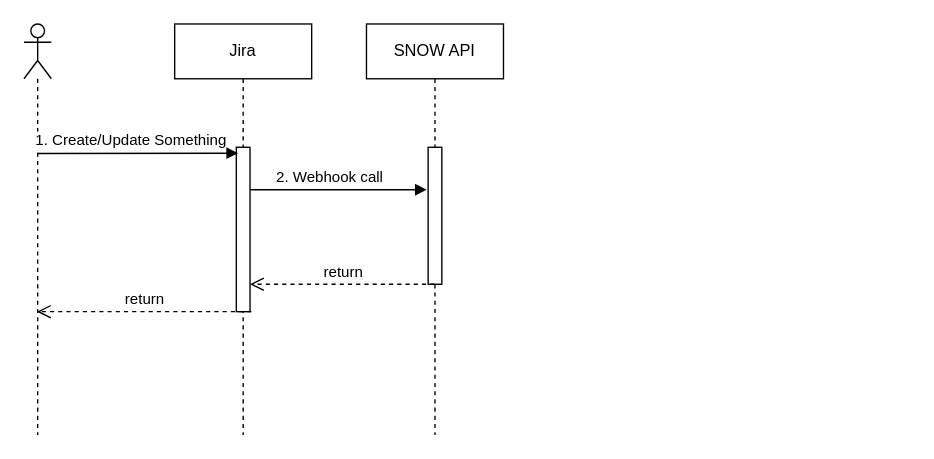
Above: SnowJira.drawio in algimas/tmp (draw.io), before the change. Source tidied: cells renumbered, new cells numbered last; positions are measured from the earlier drawing's top-left corner, leaving out a move shared by most shapes. Both pictures are drawn from the tidied source at 137%, with x=0, y=0 at pixel (23, 23).
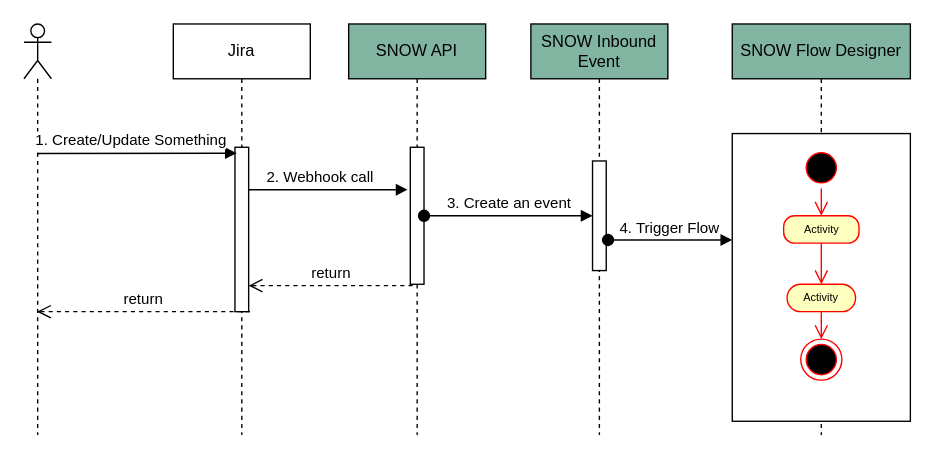
After the change.

The change refers to these unchanged cells:
```xml
<mxCell id="5" style="html=1;points=[];perimeter=orthogonalPerimeter;" parent="4" vertex="1">
  <mxGeometry x="45" y="90" width="10" height="120" as="geometry" />
</mxCell>
<mxCell id="9" style="html=1;points=[];perimeter=orthogonalPerimeter;" parent="8" vertex="1">
  <mxGeometry x="45" y="90" width="10" height="100" as="geometry" />
</mxCell>
```

What changed in the source:
```diff
@@
-    <mxCell id="2" value="2. Webhook call" style="html=1;verticalAlign=bottom;endArrow=block;entryX=-0.1;entryY=0.375;entryDx=0;entryDy=0;entryPerimeter=0;" parent="1" edge="1">
+    <mxCell id="2" value="2. Webhook call" style="html=1;verticalAlign=bottom;endArrow=block;entryX=-0.2;entryY=0.31;entryDx=0;entryDy=0;entryPerimeter=0;" parent="1" edge="1" target="9">
       <mxGeometry x="-0.06" relative="1" as="geometry">
-        <mxPoint x="159.5" y="121" as="sourcePoint" />
-        <mxPoint x="294" y="121" as="targetPoint" />
+        <mxPoint x="158.5" y="121" as="sourcePoint" />
       </mxGeometry>
     </mxCell>
@@
     <mxCell id="4" value="Jira" style="shape=umlLifeline;perimeter=lifelinePerimeter;whiteSpace=wrap;html=1;" parent="1" vertex="1">
-      <mxGeometry x="110" width="100" height="300" as="geometry" />
+      <mxGeometry x="109" width="100" height="300" as="geometry" />
     </mxCell>
@@
-    <mxCell id="8" value="SNOW API" style="shape=umlLifeline;perimeter=lifelinePerimeter;whiteSpace=wrap;html=1;" parent="1" vertex="1">
-      <mxGeometry x="250" width="100" height="300" as="geometry" />
+    <mxCell id="8" value="SNOW API" style="shape=umlLifeline;perimeter=lifelinePerimeter;whiteSpace=wrap;html=1;fillColor=#81b5a1;" parent="1" vertex="1">
+      <mxGeometry x="237" width="100" height="300" as="geometry" />
     </mxCell>
@@
-    <mxCell id="10" value="return" style="html=1;verticalAlign=bottom;endArrow=open;dashed=1;endSize=8;" parent="1" edge="1" target="5">
-      <mxGeometry relative="1" as="geometry">
-        <mxPoint x="299.5" y="190" as="sourcePoint" />
-      </mxGeometry>
+    <mxCell id="10" value="return" style="html=1;verticalAlign=bottom;endArrow=open;dashed=1;endSize=8;exitX=0.167;exitY=1.01;exitDx=0;exitDy=0;exitPerimeter=0;" parent="1" edge="1" source="9" target="5">
+      <mxGeometry relative="1" as="geometry" />
     </mxCell>
+    <mxCell id="11" value="SNOW Inbound Event" style="shape=umlLifeline;perimeter=lifelinePerimeter;whiteSpace=wrap;html=1;fillColor=#81b5a1;" parent="1" vertex="1">
+      <mxGeometry x="370" width="100" height="300" as="geometry" />
+    </mxCell>
+    <mxCell id="12" style="html=1;points=[];perimeter=orthogonalPerimeter;" parent="11" vertex="1">
+      <mxGeometry x="45" y="100" width="10" height="80" as="geometry" />
+    </mxCell>
+    <mxCell id="13" value="3. Create an event" style="html=1;verticalAlign=bottom;startArrow=oval;endArrow=block;startSize=8;" parent="1" edge="1" source="9" target="12">
+      <mxGeometry relative="1" as="geometry" />
+    </mxCell>
+    <mxCell id="14" value="SNOW Flow Designer" style="shape=umlLifeline;perimeter=lifelinePerimeter;whiteSpace=wrap;html=1;fillColor=#81B5A1;" parent="1" vertex="1">
+      <mxGeometry x="517" width="130" height="300" as="geometry" />
+    </mxCell>
+    <mxCell id="15" style="html=1;points=[];perimeter=orthogonalPerimeter;" parent="14" vertex="1">
+      <mxGeometry y="80" width="130" height="210" as="geometry" />
+    </mxCell>
+    <mxCell id="16" value="Activity" style="rounded=1;whiteSpace=wrap;html=1;arcSize=40;fontColor=#000000;fillColor=#ffffc0;strokeColor=#ff0000;fontSize=8;" parent="14" vertex="1">
+      <mxGeometry x="37.5" y="140" width="55" height="20" as="geometry" />
+    </mxCell>
+    <mxCell id="17" style="ellipse;html=1;shape=startState;fillColor=#000000;strokeColor=#ff0000;fontSize=8;" parent="14" vertex="1">
+      <mxGeometry x="50" y="90" width="30" height="30" as="geometry" />
+    </mxCell>
+    <mxCell id="18" style="edgeStyle=orthogonalEdgeStyle;html=1;verticalAlign=bottom;endArrow=open;endSize=8;strokeColor=#ff0000;fontSize=8;" parent="14" edge="1" source="17">
+      <mxGeometry relative="1" as="geometry">
+        <mxPoint x="65" y="140" as="targetPoint" />
+      </mxGeometry>
+    </mxCell>
+    <mxCell id="19" value="Activity" style="rounded=1;whiteSpace=wrap;html=1;arcSize=50;fontColor=#000000;fillColor=#ffffc0;strokeColor=#ff0000;fontSize=8;" parent="14" vertex="1">
+      <mxGeometry x="40" y="190" width="50" height="20" as="geometry" />
+    </mxCell>
+    <mxCell id="20" style="edgeStyle=orthogonalEdgeStyle;html=1;verticalAlign=bottom;endArrow=open;endSize=8;strokeColor=#ff0000;" parent="14" edge="1" source="16" target="19">
+      <mxGeometry relative="1" as="geometry" />
+    </mxCell>
+    <mxCell id="21" style="ellipse;html=1;shape=endState;fillColor=#000000;strokeColor=#ff0000;fontSize=8;" parent="14" vertex="1">
+      <mxGeometry x="50" y="230" width="30" height="30" as="geometry" />
+    </mxCell>
+    <mxCell id="22" style="edgeStyle=orthogonalEdgeStyle;html=1;verticalAlign=bottom;endArrow=open;endSize=8;strokeColor=#ff0000;fontSize=8;entryX=0.5;entryY=0;entryDx=0;entryDy=0;" parent="14" edge="1" source="19" target="21">
+      <mxGeometry relative="1" as="geometry" />
+    </mxCell>
+    <mxCell id="23" value="4. Trigger Flow" style="html=1;verticalAlign=bottom;startArrow=oval;endArrow=block;startSize=8;exitX=1.133;exitY=0.721;exitDx=0;exitDy=0;exitPerimeter=0;" parent="1" edge="1" source="12" target="15">
+      <mxGeometry relative="1" as="geometry" />
+    </mxCell>
```
